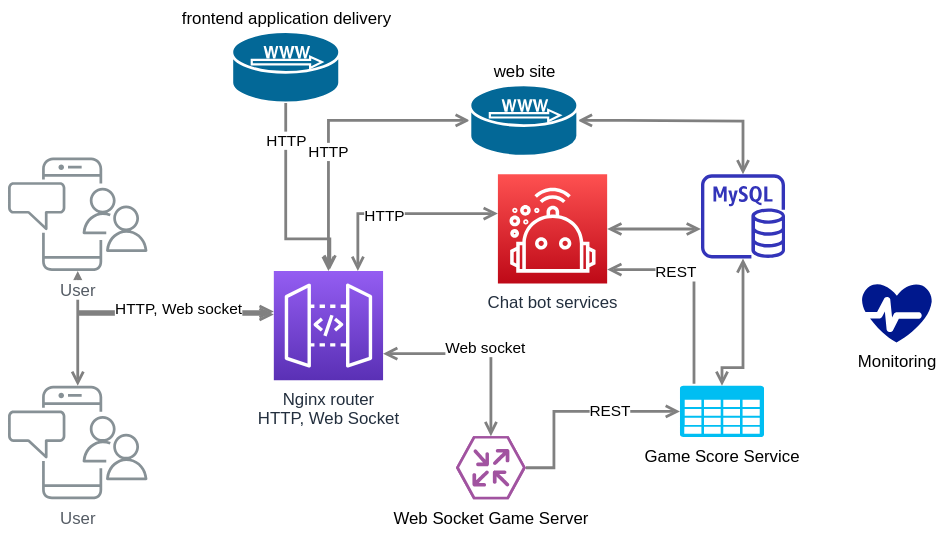
Before: airhockey-component-hld.svg, a diagram exported from draw.io (grikdotnet/airhockey). Source tidied: cells renumbered, new cells last; positions are measured from the earlier drawing's top-left corner, leaving out a move shared by most shapes.
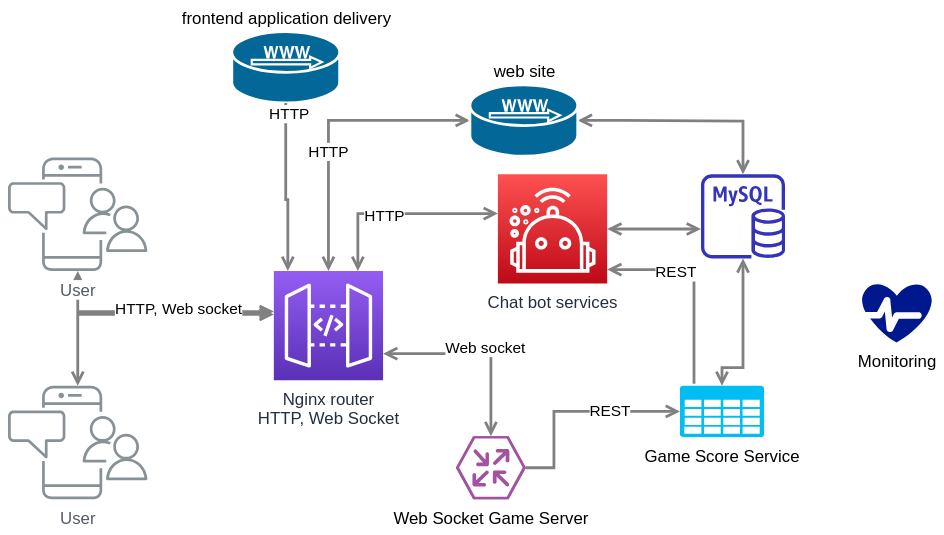
Later version of the same file.

Commit message:
component hld diagram

The edit, as a diff of the source:
```diff
@@ -114,11 +114,11 @@
     <mxCell id="25" value="frontend application delivery" style="shape=mxgraph.cisco.servers.microwebserver;html=1;dashed=0;fillColor=#036897;strokeColor=#ffffff;strokeWidth=2;verticalLabelPosition=top;verticalAlign=bottom;align=center;outlineConnect=0;labelPosition=center;" parent="1" vertex="1">
       <mxGeometry x="160" width="77" height="51" as="geometry" />
     </mxCell>
-    <mxCell id="26" style="edgeStyle=orthogonalEdgeStyle;rounded=0;jettySize=auto;html=1;startArrow=none;startFill=0;endArrow=open;endFill=0;strokeWidth=2;strokeColor=#808080;exitX=0.5;exitY=1;exitDx=0;exitDy=0;exitPerimeter=0;" parent="1" edge="1" source="25">
+    <mxCell id="26" style="edgeStyle=orthogonalEdgeStyle;rounded=0;jettySize=auto;html=1;startArrow=none;startFill=0;endArrow=open;endFill=0;strokeWidth=2;strokeColor=#808080;exitX=0.5;exitY=1;exitDx=0;exitDy=0;exitPerimeter=0;" parent="1" edge="1" source="25" target="14">
       <mxGeometry relative="1" as="geometry">
-        <mxPoint x="230" y="170" as="targetPoint" />
         <Array as="points">
-          <mxPoint x="230" y="148" />
+          <mxPoint x="199" y="120" />
+          <mxPoint x="200" y="120" />
         </Array>
       </mxGeometry>
     </mxCell>
```
